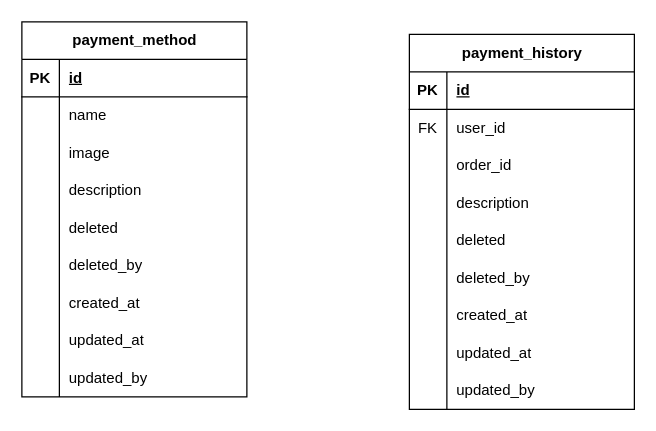
This is PaymentService.drawio from HongSon04/PaymentService-ERD, a draw.io file, before an edit. Source tidied: cells renumbered, new cells numbered last; positions are measured from the earlier drawing's top-left corner, leaving out a move shared by most shapes. Both pictures are drawn from the tidied source at 125%, with x=0, y=0 at pixel (21, 21).
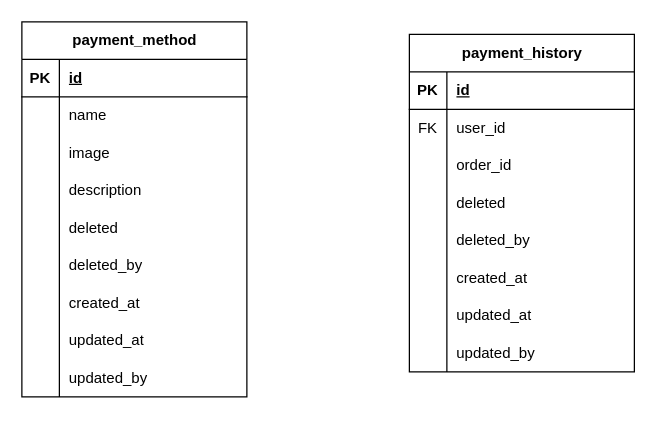
The same diagram, later.

Commit message:
Cập nhật PaymentService.drawio

Diff of the diagram source:
```diff
@@
     <mxCell id="30" value="payment_history" style="shape=table;startSize=30;childLayout=tableLayout;rowLines=0;fontStyle=1;align=center;html=1;" parent="1" vertex="1">
-      <mxGeometry x="310" y="10" width="180" height="300" as="geometry" />
+      <mxGeometry x="310" y="10" width="180" height="270" as="geometry" />
     </mxCell>
@@
-    <mxCell id="40" style="shape=tableRow;horizontal=0;startSize=0;swimlaneHead=0;swimlaneBody=0;fillColor=none;top=0;left=0;right=0;bottom=0;" parent="30" vertex="1">
-      <mxGeometry y="120" width="180" height="30" as="geometry" />
-    </mxCell>
-    <mxCell id="41" style="shape=partialRectangle;fillColor=none;top=0;left=0;bottom=0;right=0;overflow=hidden;whiteSpace=wrap;html=1;" parent="40" vertex="1">
-      <mxGeometry width="30" height="30" as="geometry" />
-    </mxCell>
-    <mxCell id="42" value="description" style="shape=partialRectangle;fillColor=none;top=0;left=0;bottom=0;right=0;align=left;spacingLeft=6;overflow=hidden;whiteSpace=wrap;html=1;" parent="40" vertex="1">
-      <mxGeometry x="30" width="150" height="30" as="geometry" />
-    </mxCell>
     <mxCell id="43" style="shape=tableRow;horizontal=0;startSize=0;swimlaneHead=0;swimlaneBody=0;fillColor=none;top=0;left=0;right=0;bottom=0;" parent="30" vertex="1">
-      <mxGeometry y="150" width="180" height="30" as="geometry" />
+      <mxGeometry y="120" width="180" height="30" as="geometry" />
     </mxCell>
@@
     <mxCell id="46" style="shape=tableRow;horizontal=0;startSize=0;swimlaneHead=0;swimlaneBody=0;fillColor=none;top=0;left=0;right=0;bottom=0;" parent="30" vertex="1">
-      <mxGeometry y="180" width="180" height="30" as="geometry" />
+      <mxGeometry y="150" width="180" height="30" as="geometry" />
     </mxCell>
@@
     <mxCell id="49" style="shape=tableRow;horizontal=0;startSize=0;swimlaneHead=0;swimlaneBody=0;fillColor=none;top=0;left=0;right=0;bottom=0;" parent="30" vertex="1">
-      <mxGeometry y="210" width="180" height="30" as="geometry" />
+      <mxGeometry y="180" width="180" height="30" as="geometry" />
     </mxCell>
@@
     <mxCell id="52" style="shape=tableRow;horizontal=0;startSize=0;swimlaneHead=0;swimlaneBody=0;fillColor=none;top=0;left=0;right=0;bottom=0;" parent="30" vertex="1">
-      <mxGeometry y="240" width="180" height="30" as="geometry" />
+      <mxGeometry y="210" width="180" height="30" as="geometry" />
     </mxCell>
@@
     <mxCell id="55" style="shape=tableRow;horizontal=0;startSize=0;swimlaneHead=0;swimlaneBody=0;fillColor=none;top=0;left=0;right=0;bottom=0;" parent="30" vertex="1">
-      <mxGeometry y="270" width="180" height="30" as="geometry" />
+      <mxGeometry y="240" width="180" height="30" as="geometry" />
     </mxCell>
```
